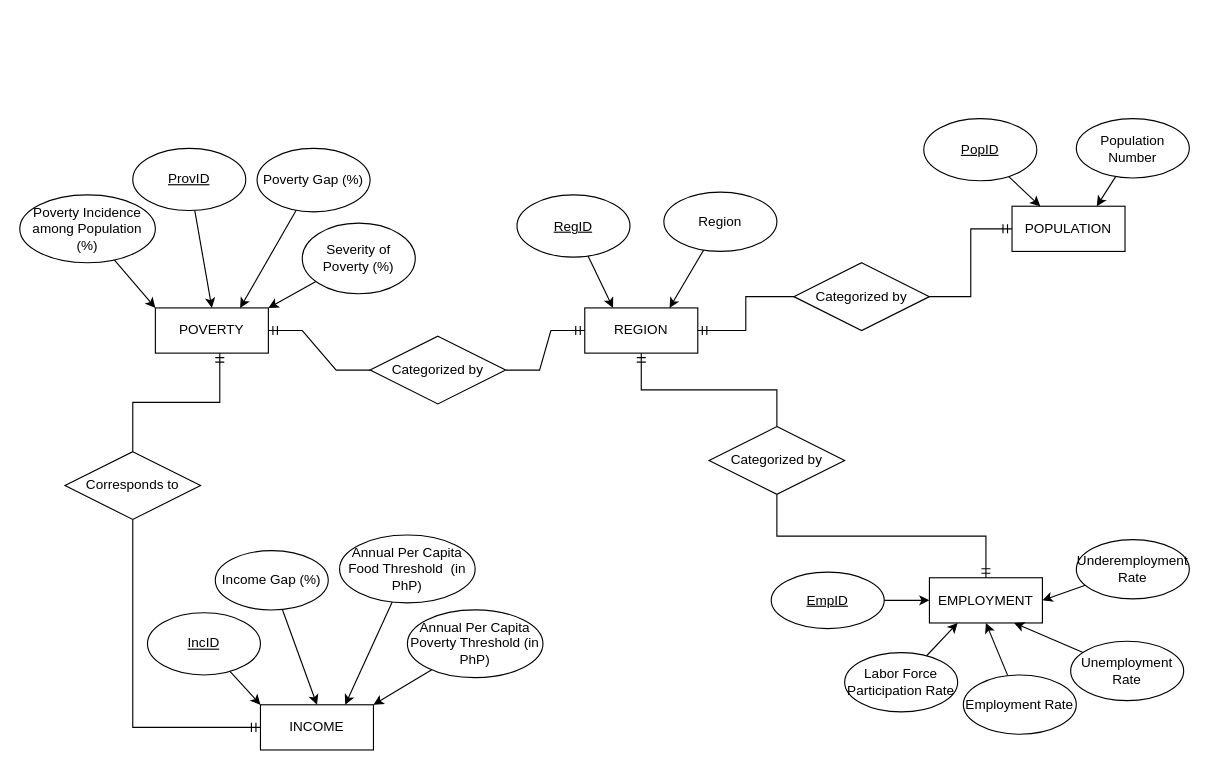
Before: page "ERD" (2 of 4) of DECapstone diagrams.drawio in vinsanity2022/SPARTACapstone, a draw.io diagram. Source tidied: cells renumbered, new cells numbered last; positions are measured from the earlier drawing's top-left corner, leaving out a move shared by most shapes. Both pictures are drawn from the tidied source at 113%, with x=0, y=0 at pixel (19, 119).
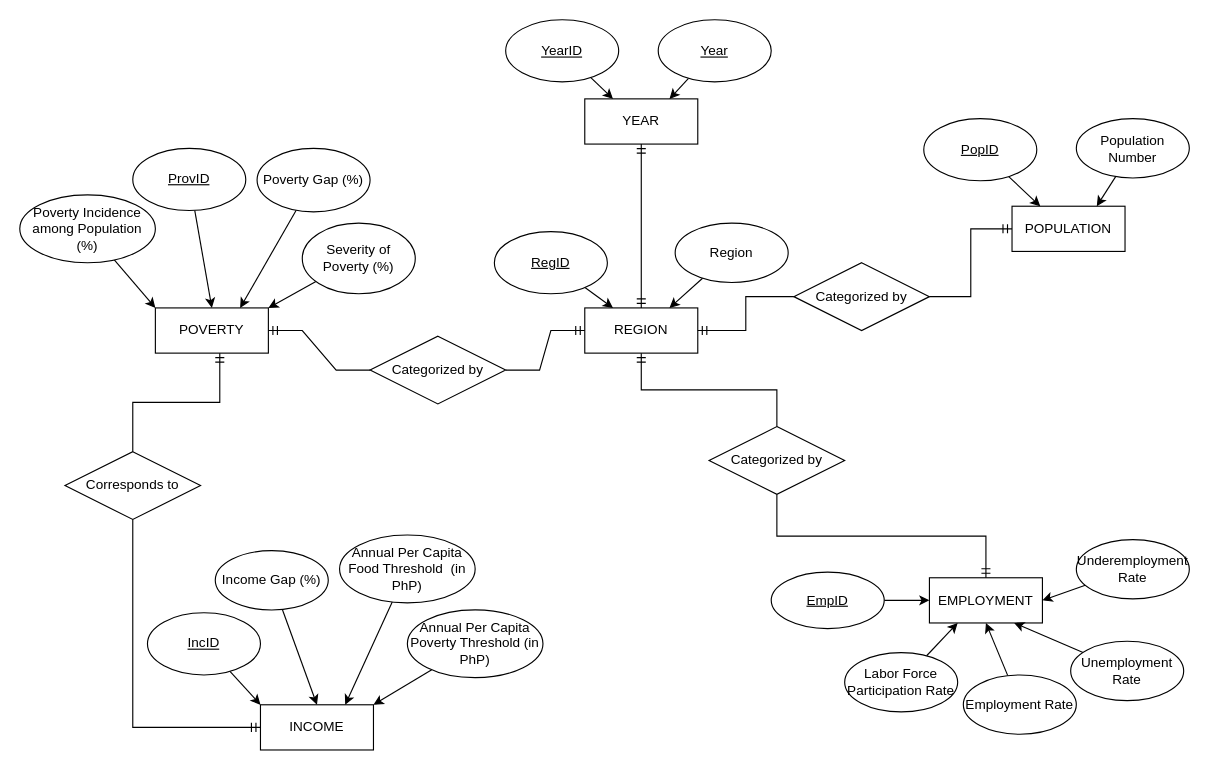
The same page after the edit.

The change refers to these unchanged cells:
```xml
<mxCell id="7" value="REGION" style="whiteSpace=wrap;html=1;align=center;" parent="1" vertex="1">
  <mxGeometry x="500" y="167" width="100" height="40" as="geometry" />
</mxCell>
```

Change to the diagram source:
```diff
@@
     <mxCell id="9" value="Region" style="ellipse;whiteSpace=wrap;html=1;align=center;" parent="1" vertex="1">
-      <mxGeometry x="570" y="64.5" width="100" height="52.5" as="geometry" />
+      <mxGeometry x="580" y="92" width="100" height="52.5" as="geometry" />
     </mxCell>
@@
     <mxCell id="13" value="RegID" style="ellipse;whiteSpace=wrap;html=1;align=center;fontStyle=4;" parent="1" vertex="1">
-      <mxGeometry x="440" y="67" width="100" height="55" as="geometry" />
+      <mxGeometry x="420" y="99.5" width="100" height="55" as="geometry" />
     </mxCell>
@@
+    <mxCell id="53" style="fontSize=12;html=1;endArrow=ERmandOne;startArrow=ERmandOne;rounded=0;exitX=0.5;exitY=0;exitDx=0;exitDy=0;entryX=0.5;entryY=1;entryDx=0;entryDy=0;" parent="1" edge="1" source="7" target="54">
+      <mxGeometry relative="1" as="geometry" />
+    </mxCell>
+    <mxCell id="54" value="YEAR" style="whiteSpace=wrap;html=1;align=center;" parent="1" vertex="1">
+      <mxGeometry x="500" y="-18" width="100" height="40" as="geometry" />
+    </mxCell>
+    <mxCell id="55" style="rounded=0;jettySize=auto;html=1;entryX=0.25;entryY=0;entryDx=0;entryDy=0;" parent="1" edge="1" source="56" target="54">
+      <mxGeometry relative="1" as="geometry" />
+    </mxCell>
+    <mxCell id="56" value="YearID" style="ellipse;whiteSpace=wrap;html=1;align=center;fontStyle=4;" parent="1" vertex="1">
+      <mxGeometry x="430" y="-88" width="100" height="55" as="geometry" />
+    </mxCell>
+    <mxCell id="57" style="rounded=0;jettySize=auto;html=1;entryX=0.75;entryY=0;entryDx=0;entryDy=0;" parent="1" edge="1" source="58" target="54">
+      <mxGeometry relative="1" as="geometry" />
+    </mxCell>
+    <mxCell id="58" value="Year" style="ellipse;whiteSpace=wrap;html=1;align=center;fontStyle=4;" parent="1" vertex="1">
+      <mxGeometry x="565" y="-88" width="100" height="55" as="geometry" />
+    </mxCell>
```
